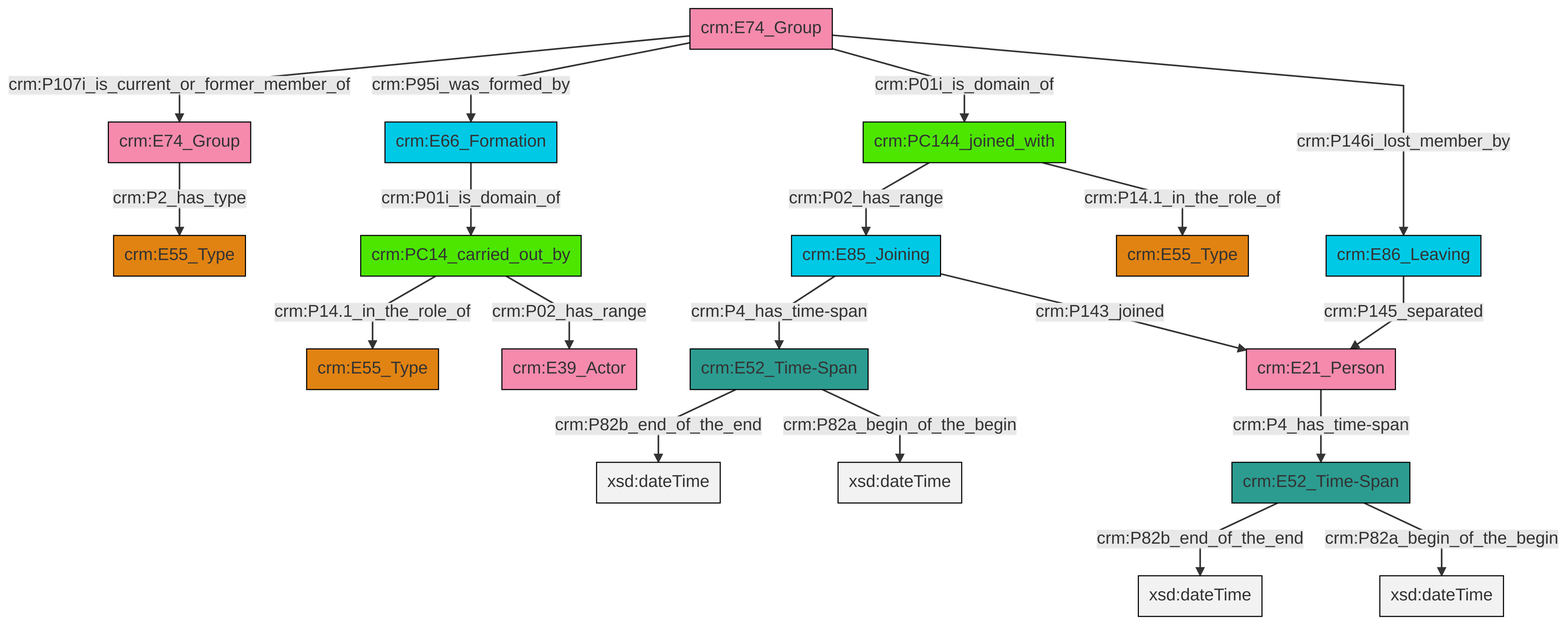
The Mermaid diagram et/groupCSV/ttl/mmd/png/group_actor_relations.png in swiss-art-research-net/docs.swissartresearch, before a commit. Its source is kept beside it as et/groupCSV/ttl/mmd/group_actor_relations.ttl.mmd.
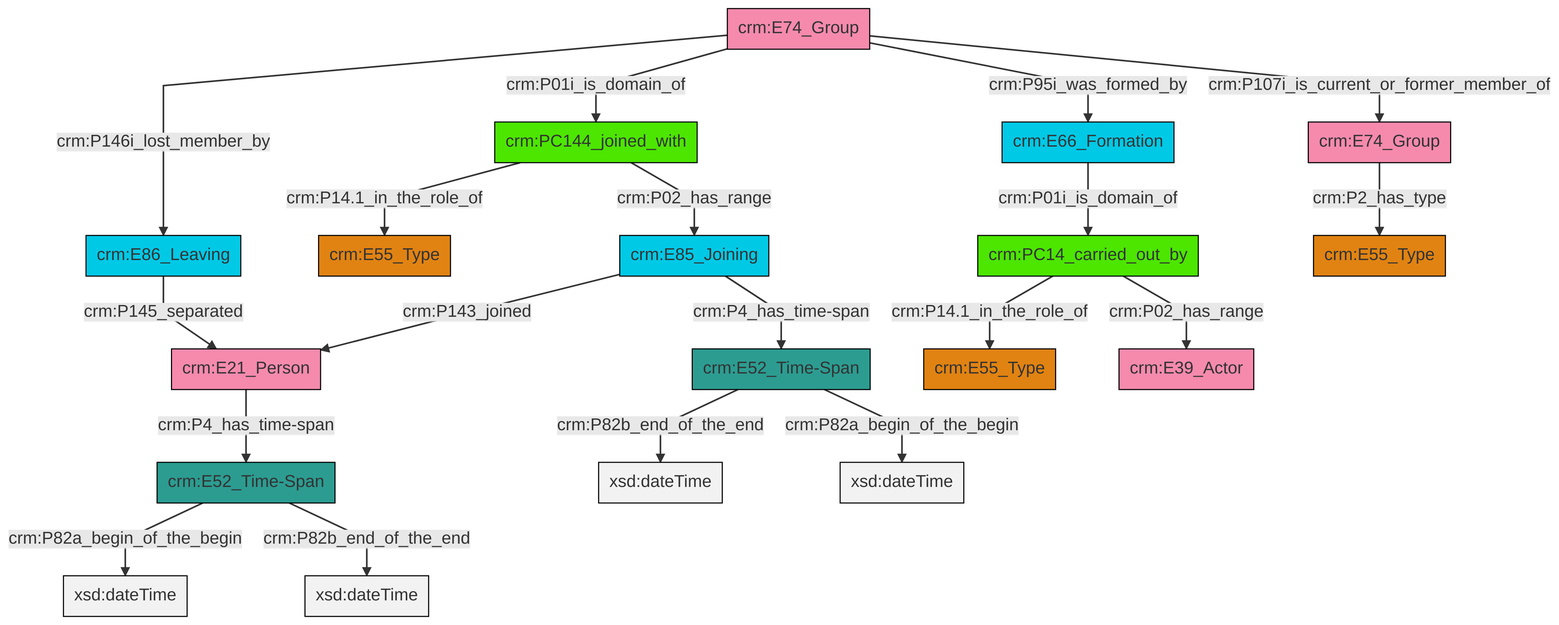
Later version of the same file.

The edit, as a diff of the source:
```diff
@@ -13,21 +13,21 @@
 classDef PC_Classes fill:#4ce600, stroke:#000000;
 classDef Multi fill:#cccccc,stroke:#000000;
 
-0["crm:E74_Group"]:::Actor -->|crm:P2_has_type| 1["crm:E55_Type"]:::Type
-3["crm:PC14_carried_out_by"]:::PC_Classes -->|crm:P14.1_in_the_role_of| 4["crm:E55_Type"]:::Type
-7["crm:E21_Person"]:::Actor -->|crm:P4_has_time-span| 8["crm:E52_Time-Span"]:::Time-Span
-13["crm:E74_Group"]:::Actor -->|crm:P107i_is_current_or_former_member_of| 0["crm:E74_Group"]:::Actor
-13["crm:E74_Group"]:::Actor -->|crm:P95i_was_formed_by| 14["crm:E66_Formation"]:::Temporal_Entity
-15["crm:PC144_joined_with"]:::PC_Classes -->|crm:P02_has_range| 16["crm:E85_Joining"]:::Temporal_Entity
-16["crm:E85_Joining"]:::Temporal_Entity -->|crm:P4_has_time-span| 9["crm:E52_Time-Span"]:::Time-Span
-15["crm:PC144_joined_with"]:::PC_Classes -->|crm:P14.1_in_the_role_of| 18["crm:E55_Type"]:::Type
-14["crm:E66_Formation"]:::Temporal_Entity -->|crm:P01i_is_domain_of| 3["crm:PC14_carried_out_by"]:::PC_Classes
-13["crm:E74_Group"]:::Actor -->|crm:P01i_is_domain_of| 15["crm:PC144_joined_with"]:::PC_Classes
-3["crm:PC14_carried_out_by"]:::PC_Classes -->|crm:P02_has_range| 24["crm:E39_Actor"]:::Actor
-9["crm:E52_Time-Span"]:::Time-Span -->|crm:P82b_end_of_the_end| 28[xsd:dateTime]:::Literal
-8["crm:E52_Time-Span"]:::Time-Span -->|crm:P82b_end_of_the_end| 29[xsd:dateTime]:::Literal
-13["crm:E74_Group"]:::Actor -->|crm:P146i_lost_member_by| 21["crm:E86_Leaving"]:::Temporal_Entity
-21["crm:E86_Leaving"]:::Temporal_Entity -->|crm:P145_separated| 7["crm:E21_Person"]:::Actor
-16["crm:E85_Joining"]:::Temporal_Entity -->|crm:P143_joined| 7["crm:E21_Person"]:::Actor
-9["crm:E52_Time-Span"]:::Time-Span -->|crm:P82a_begin_of_the_begin| 33[xsd:dateTime]:::Literal
-8["crm:E52_Time-Span"]:::Time-Span -->|crm:P82a_begin_of_the_begin| 34[xsd:dateTime]:::Literal
+6["crm:PC14_carried_out_by"]:::PC_Classes -->|crm:P14.1_in_the_role_of| 7["crm:E55_Type"]:::Type
+14["crm:E74_Group"]:::Actor -->|crm:P146i_lost_member_by| 10["crm:E86_Leaving"]:::Temporal_Entity
+4["crm:E74_Group"]:::Actor -->|crm:P2_has_type| 0["crm:E55_Type"]:::Type
+14["crm:E74_Group"]:::Actor -->|crm:P01i_is_domain_of| 17["crm:PC144_joined_with"]:::PC_Classes
+18["crm:E52_Time-Span"]:::Time-Span -->|crm:P82b_end_of_the_end| 19[xsd:dateTime]:::Literal
+12["crm:E85_Joining"]:::Temporal_Entity -->|crm:P143_joined| 20["crm:E21_Person"]:::Actor
+17["crm:PC144_joined_with"]:::PC_Classes -->|crm:P14.1_in_the_role_of| 15["crm:E55_Type"]:::Type
+10["crm:E86_Leaving"]:::Temporal_Entity -->|crm:P145_separated| 20["crm:E21_Person"]:::Actor
+21["crm:E52_Time-Span"]:::Time-Span -->|crm:P82a_begin_of_the_begin| 22[xsd:dateTime]:::Literal
+20["crm:E21_Person"]:::Actor -->|crm:P4_has_time-span| 21["crm:E52_Time-Span"]:::Time-Span
+14["crm:E74_Group"]:::Actor -->|crm:P95i_was_formed_by| 24["crm:E66_Formation"]:::Temporal_Entity
+14["crm:E74_Group"]:::Actor -->|crm:P107i_is_current_or_former_member_of| 4["crm:E74_Group"]:::Actor
+17["crm:PC144_joined_with"]:::PC_Classes -->|crm:P02_has_range| 12["crm:E85_Joining"]:::Temporal_Entity
+6["crm:PC14_carried_out_by"]:::PC_Classes -->|crm:P02_has_range| 2["crm:E39_Actor"]:::Actor
+24["crm:E66_Formation"]:::Temporal_Entity -->|crm:P01i_is_domain_of| 6["crm:PC14_carried_out_by"]:::PC_Classes
+12["crm:E85_Joining"]:::Temporal_Entity -->|crm:P4_has_time-span| 18["crm:E52_Time-Span"]:::Time-Span
+18["crm:E52_Time-Span"]:::Time-Span -->|crm:P82a_begin_of_the_begin| 31[xsd:dateTime]:::Literal
+21["crm:E52_Time-Span"]:::Time-Span -->|crm:P82b_end_of_the_end| 33[xsd:dateTime]:::Literal
```
